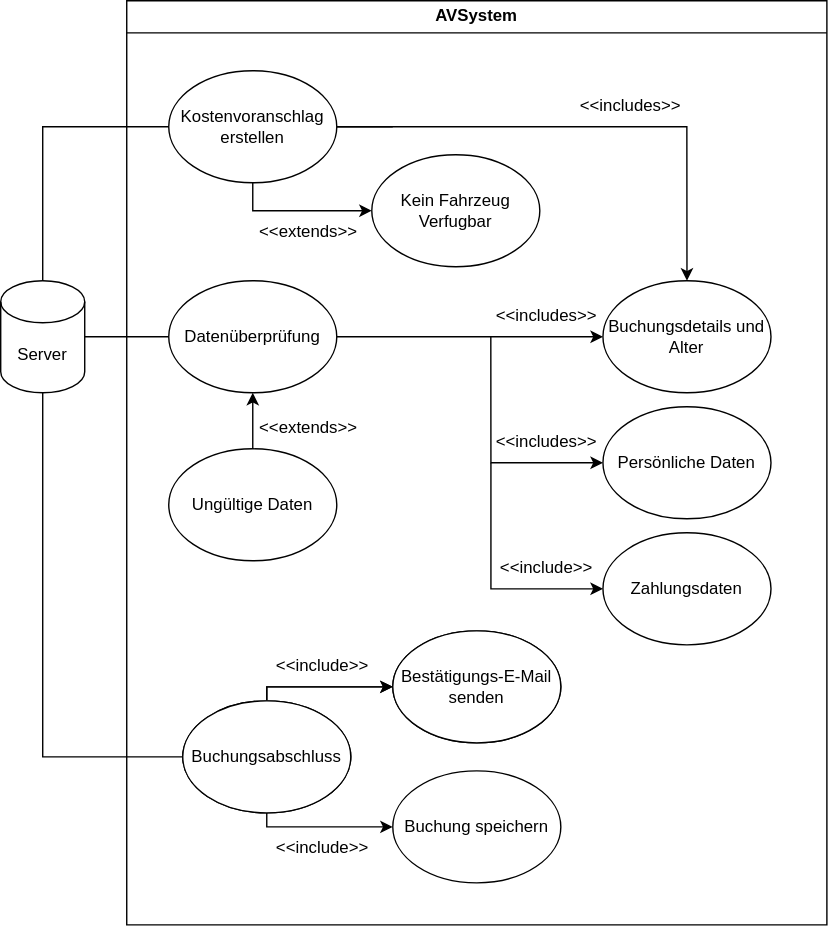
Above: sw-eng-02.drawio.svg in MassimiIiano/software-eng-projects-uni (draw.io), before the change. Source tidied: cells renumbered, new cells last; positions are measured from the earlier drawing's top-left corner, leaving out a move shared by most shapes.
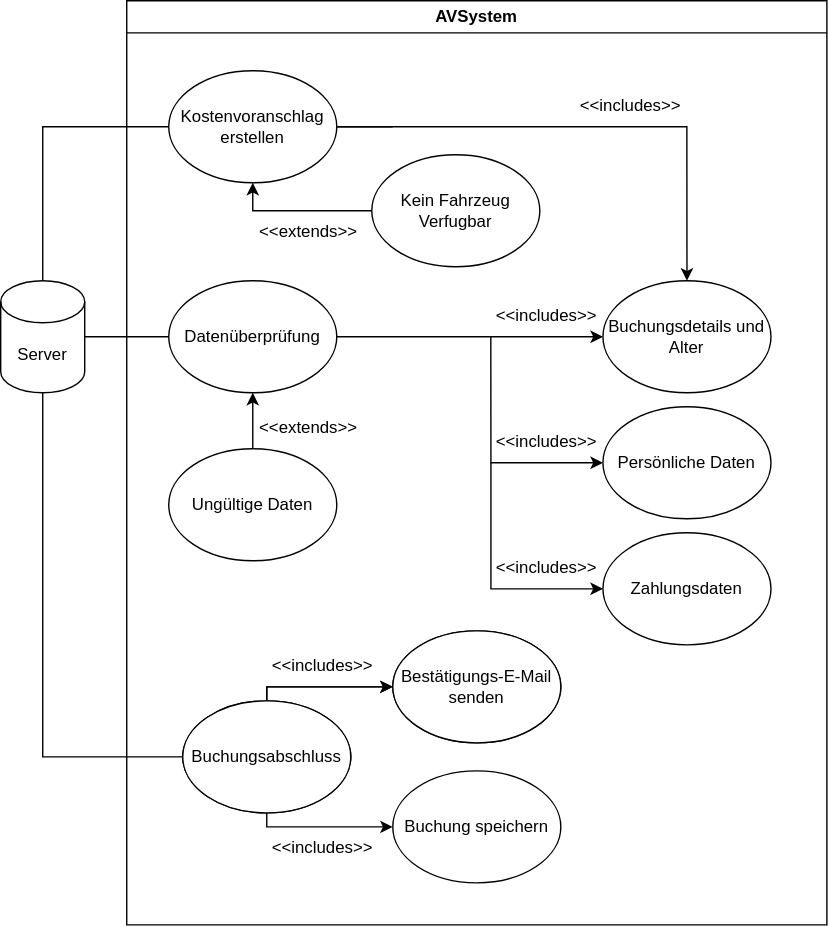
Above is the later version.

Diff of the diagram source:
```diff
@@ -24,7 +24,7 @@
     <mxCell id="6" value="AVSystem" style="swimlane;whiteSpace=wrap;html=1;" parent="1" vertex="1">
       <mxGeometry x="90" width="500" height="660" as="geometry" />
     </mxCell>
-    <mxCell id="7" style="edgeStyle=orthogonalEdgeStyle;rounded=0;jettySize=auto;html=1;exitX=0.5;exitY=1;exitDx=0;exitDy=0;entryX=0;entryY=0.5;entryDx=0;entryDy=0;" parent="6" edge="1" source="8" target="34">
+    <mxCell id="7" style="edgeStyle=orthogonalEdgeStyle;rounded=0;jettySize=auto;html=1;exitX=0.5;exitY=1;exitDx=0;exitDy=0;entryX=0;entryY=0.5;entryDx=0;entryDy=0;startArrow=classic;startFill=1;endArrow=none;endFill=0;" parent="6" edge="1" source="8" target="34">
       <mxGeometry relative="1" as="geometry" />
     </mxCell>
     <mxCell id="8" value="Kostenvoranschlag erstellen" style="ellipse;whiteSpace=wrap;html=1;" parent="6" vertex="1">
@@ -73,10 +73,10 @@
     <mxCell id="17" value="Buchungsabschluss" style="ellipse;whiteSpace=wrap;html=1;" parent="6" vertex="1">
       <mxGeometry x="40" y="500" width="120" height="80" as="geometry" />
     </mxCell>
-    <mxCell id="18" value="&amp;lt;&amp;lt;include&amp;gt;&amp;gt;" style="text;html=1;align=center;verticalAlign=middle;whiteSpace=wrap;rounded=0;" parent="6" vertex="1">
+    <mxCell id="18" value="&amp;lt;&amp;lt;includes&amp;gt;&amp;gt;" style="text;html=1;align=center;verticalAlign=middle;whiteSpace=wrap;rounded=0;" parent="6" vertex="1">
       <mxGeometry x="110" y="460" width="60" height="30" as="geometry" />
     </mxCell>
-    <mxCell id="19" value="&amp;lt;&amp;lt;include&amp;gt;&amp;gt;" style="text;html=1;align=center;verticalAlign=middle;whiteSpace=wrap;rounded=0;" parent="6" vertex="1">
+    <mxCell id="19" value="&amp;lt;&amp;lt;includes&amp;gt;&amp;gt;" style="text;html=1;align=center;verticalAlign=middle;whiteSpace=wrap;rounded=0;" parent="6" vertex="1">
       <mxGeometry x="110" y="590" width="60" height="30" as="geometry" />
     </mxCell>
     <mxCell id="20" value="Buchung speichern" style="ellipse;whiteSpace=wrap;html=1;" parent="6" vertex="1">
@@ -114,7 +114,7 @@
     <mxCell id="28" value="&amp;lt;&amp;lt;includes&amp;gt;&amp;gt;" style="text;html=1;align=center;verticalAlign=middle;whiteSpace=wrap;rounded=0;" parent="6" vertex="1">
       <mxGeometry x="270.1" y="300" width="60" height="30" as="geometry" />
     </mxCell>
-    <mxCell id="29" value="&amp;lt;&amp;lt;include&amp;gt;&amp;gt;" style="text;html=1;align=center;verticalAlign=middle;whiteSpace=wrap;rounded=0;" parent="6" vertex="1">
+    <mxCell id="29" value="&amp;lt;&amp;lt;includes&amp;gt;&amp;gt;" style="text;html=1;align=center;verticalAlign=middle;whiteSpace=wrap;rounded=0;" parent="6" vertex="1">
       <mxGeometry x="270.1" y="390" width="60" height="30" as="geometry" />
     </mxCell>
     <mxCell id="30" style="endArrow=classic;html=1;rounded=0;entryX=0;entryY=0.5;entryDx=0;entryDy=0;" parent="6" edge="1" target="26">
```
